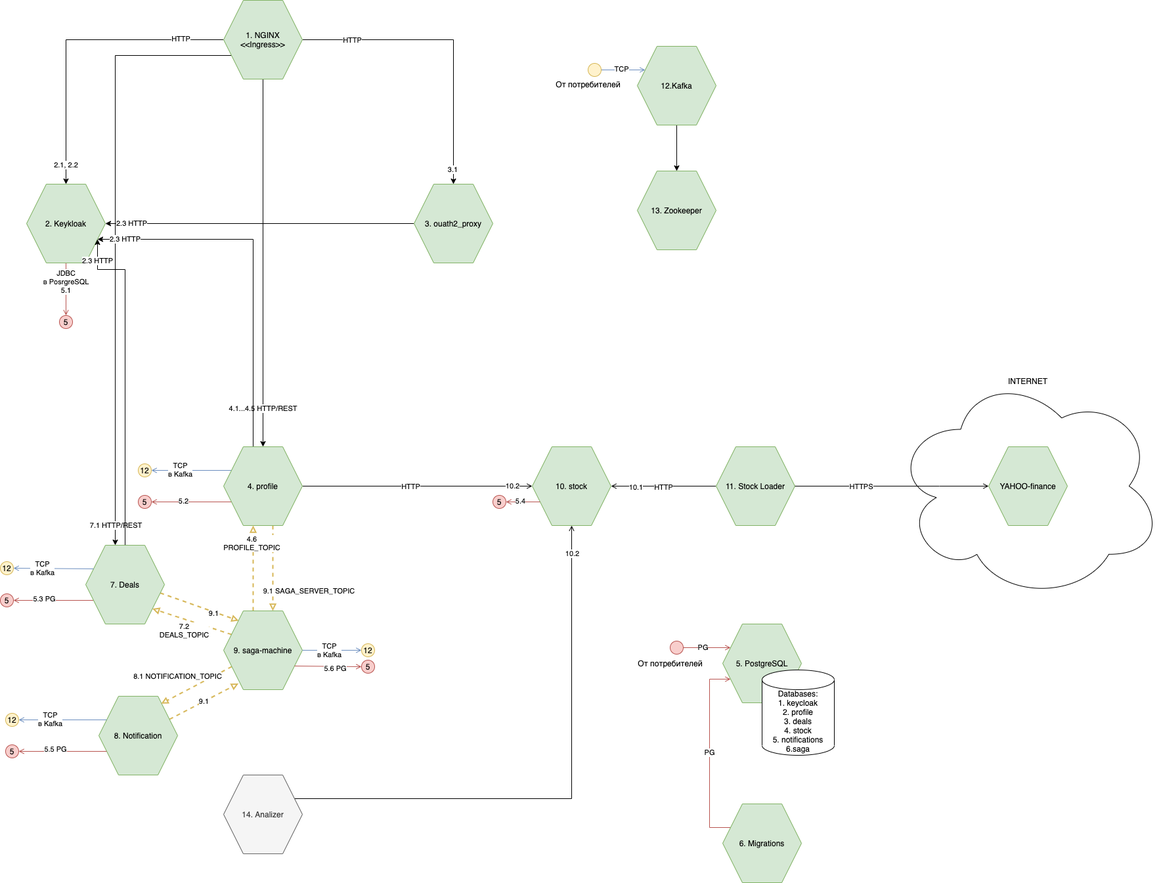
Before: otus2.15/images/SAGA.png, a diagram exported from draw.io (WWTLF/otus). Source tidied: cells renumbered, new cells last; positions are measured from the earlier drawing's top-left corner, leaving out a move shared by most shapes.
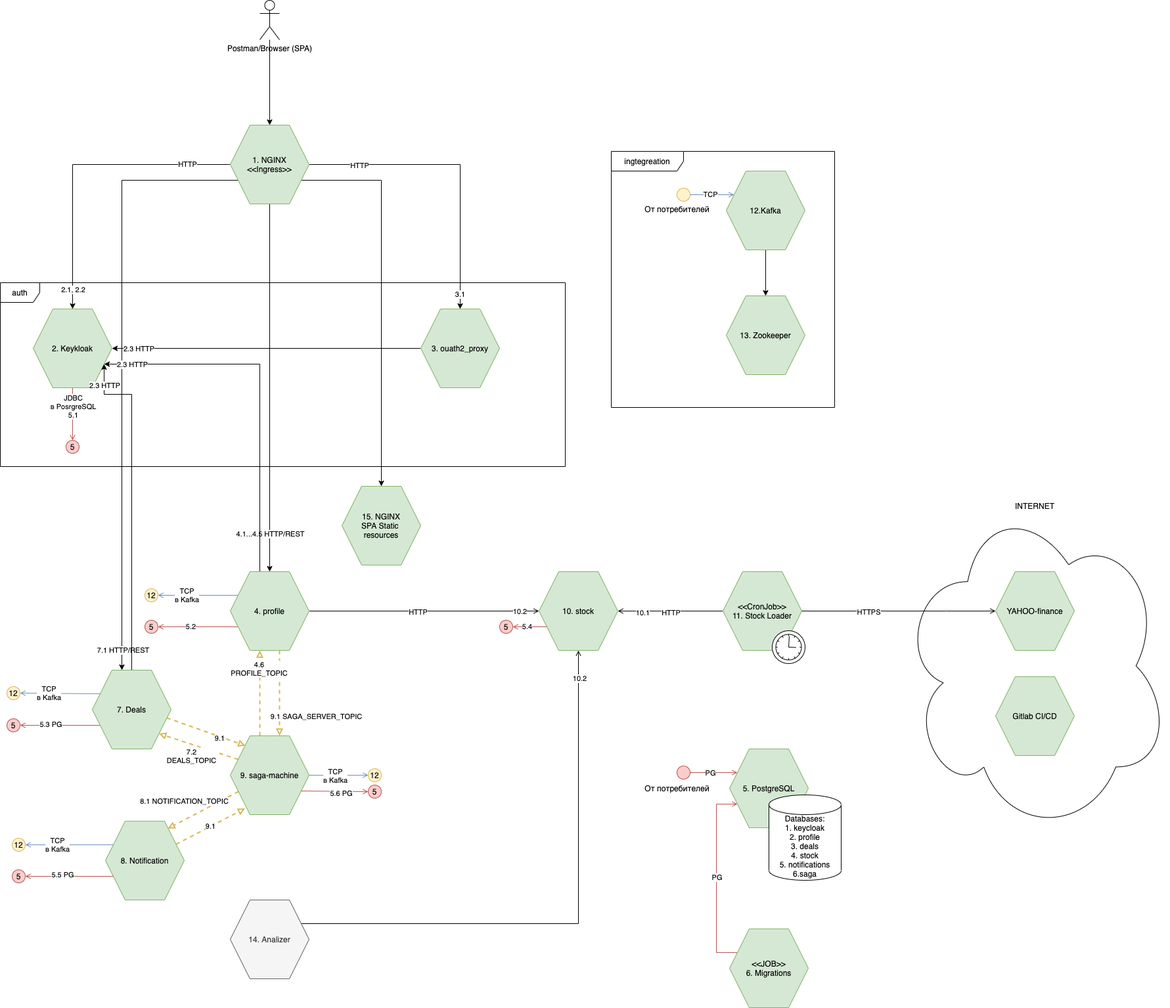
The same diagram one commit later.

What changed in the source:
```diff
@@ -42,6 +42,9 @@
         <mxPoint y="176.3" as="offset" />
       </mxGeometry>
     </mxCell>
+    <mxCell id="96" style="edgeStyle=orthogonalEdgeStyle;rounded=0;jettySize=auto;html=1;exitX=1;exitY=0.75;exitDx=0;exitDy=0;" parent="1" edge="1" source="12" target="99">
+      <mxGeometry relative="1" as="geometry" />
+    </mxCell>
     <mxCell id="12" value="1. NGINX&lt;br&gt;&amp;lt;&amp;lt;Ingress&amp;gt;&amp;gt;" style="shape=hexagon;perimeter=hexagonPerimeter2;whiteSpace=wrap;html=1;fixedSize=1;size=30;fillColor=#d5e8d4;strokeColor=#82b366;" parent="1" vertex="1">
       <mxGeometry x="340" width="120" height="120" as="geometry" />
     </mxCell>
@@ -158,7 +161,7 @@
     <mxCell id="41" value="PG" style="edgeLabel;html=1;align=center;verticalAlign=middle;" parent="40" vertex="1">
       <mxGeometry x="0.01" relative="1" as="geometry" />
     </mxCell>
-    <mxCell id="42" value="6. Migrations" style="shape=hexagon;perimeter=hexagonPerimeter2;whiteSpace=wrap;html=1;fixedSize=1;size=30;fillColor=#d5e8d4;strokeColor=#82b366;" parent="1" vertex="1">
+    <mxCell id="42" value="&amp;lt;&amp;lt;JOB&amp;gt;&amp;gt;&lt;br&gt;6. Migrations" style="shape=hexagon;perimeter=hexagonPerimeter2;whiteSpace=wrap;html=1;fixedSize=1;size=30;fillColor=#d5e8d4;strokeColor=#82b366;" parent="1" vertex="1">
       <mxGeometry x="1100" y="1224" width="120" height="120" as="geometry" />
     </mxCell>
     <mxCell id="43" value="9.1" style="edgeStyle=none;rounded=0;jettySize=auto;html=1;dashed=1;endArrow=block;endFill=0;strokeWidth=2;entryX=0.188;entryY=0.922;entryDx=0;entryDy=0;entryPerimeter=0;fillColor=#fff2cc;strokeColor=#d6b656;" parent="1" edge="1" source="44" target="54">
@@ -176,7 +179,7 @@
     <mxCell id="47" value="HTTP" style="edgeLabel;html=1;align=center;verticalAlign=middle;" parent="45" vertex="1">
       <mxGeometry y="2" relative="1" as="geometry" />
     </mxCell>
-    <mxCell id="48" value="11. Stock Loader" style="shape=hexagon;perimeter=hexagonPerimeter2;whiteSpace=wrap;html=1;fixedSize=1;size=30;fillColor=#d5e8d4;strokeColor=#82b366;" parent="1" vertex="1">
+    <mxCell id="48" value="&amp;lt;&amp;lt;CronJob&amp;gt;&amp;gt;&lt;br&gt;11. Stock Loader" style="shape=hexagon;perimeter=hexagonPerimeter2;whiteSpace=wrap;html=1;fixedSize=1;size=30;fillColor=#d5e8d4;strokeColor=#82b366;" parent="1" vertex="1">
       <mxGeometry x="1090" y="680" width="120" height="120" as="geometry" />
     </mxCell>
     <mxCell id="49" style="edgeStyle=orthogonalEdgeStyle;rounded=0;jettySize=auto;html=1;exitX=0.375;exitY=0;exitDx=0;exitDy=0;entryX=0.375;entryY=1;entryDx=0;entryDy=0;fillColor=#fff2cc;strokeColor=#d6b656;endArrow=block;endFill=0;strokeWidth=2;dashed=1;" parent="1" edge="1" source="54" target="30">
@@ -203,10 +206,10 @@
       <mxGeometry relative="1" as="geometry" />
     </mxCell>
     <mxCell id="56" value="12.Kafka" style="shape=hexagon;perimeter=hexagonPerimeter2;whiteSpace=wrap;html=1;fixedSize=1;size=30;fillColor=#d5e8d4;strokeColor=#82b366;" parent="1" vertex="1">
-      <mxGeometry x="970" y="70" width="120" height="120" as="geometry" />
+      <mxGeometry x="1095" y="70" width="120" height="120" as="geometry" />
     </mxCell>
     <mxCell id="57" value="13. Zookeeper" style="shape=hexagon;perimeter=hexagonPerimeter2;whiteSpace=wrap;html=1;fixedSize=1;size=30;fillColor=#d5e8d4;strokeColor=#82b366;" parent="1" vertex="1">
-      <mxGeometry x="970" y="260" width="120" height="120" as="geometry" />
+      <mxGeometry x="1095" y="260" width="120" height="120" as="geometry" />
     </mxCell>
     <mxCell id="58" value="10. stock" style="shape=hexagon;perimeter=hexagonPerimeter2;whiteSpace=wrap;html=1;fixedSize=1;size=30;fillColor=#d5e8d4;strokeColor=#82b366;" parent="1" vertex="1">
       <mxGeometry x="810" y="680" width="120" height="120" as="geometry" />
@@ -281,10 +284,10 @@
       </mxGeometry>
     </mxCell>
     <mxCell id="80" style="ellipse;whiteSpace=wrap;html=1;fillColor=#fff2cc;strokeColor=#d6b656;" parent="1" vertex="1">
-      <mxGeometry x="895" y="96" width="20" height="20" as="geometry" />
+      <mxGeometry x="1020" y="96" width="20" height="20" as="geometry" />
     </mxCell>
     <mxCell id="81" value="От потребителей" style="text;html=1;align=center;verticalAlign=middle;" parent="1" vertex="1">
-      <mxGeometry x="840" y="118" width="110" height="20" as="geometry" />
+      <mxGeometry x="965" y="118" width="110" height="20" as="geometry" />
     </mxCell>
     <mxCell id="82" value="5" style="ellipse;whiteSpace=wrap;html=1;fillColor=#f8cecc;strokeColor=#b85450;" parent="1" vertex="1">
       <mxGeometry y="904" width="20" height="20" as="geometry" />
@@ -301,7 +304,7 @@
       <mxGeometry x="8" y="1134" width="20" height="20" as="geometry" />
     </mxCell>
     <mxCell id="86" value="INTERNET" style="ellipse;shape=cloud;whiteSpace=wrap;html=1;verticalAlign=top;" parent="1" vertex="1">
-      <mxGeometry x="1360" y="567" width="410" height="346" as="geometry" />
+      <mxGeometry x="1360" y="567" width="410" height="513" as="geometry" />
     </mxCell>
     <mxCell id="87" value="YAHOO-finance" style="shape=hexagon;perimeter=hexagonPerimeter2;whiteSpace=wrap;html=1;fixedSize=1;size=30;fillColor=#d5e8d4;strokeColor=#82b366;" parent="1" vertex="1">
       <mxGeometry x="1505" y="680" width="120" height="120" as="geometry" />
@@ -339,5 +342,26 @@
     <mxCell id="95" value="5" style="ellipse;whiteSpace=wrap;html=1;fillColor=#f8cecc;strokeColor=#b85450;" parent="1" vertex="1">
       <mxGeometry x="550" y="1005" width="20" height="20" as="geometry" />
     </mxCell>
+    <mxCell id="97" style="edgeStyle=orthogonalEdgeStyle;rounded=0;jettySize=auto;html=1;" parent="1" edge="1" source="98" target="12">
+      <mxGeometry relative="1" as="geometry" />
+    </mxCell>
+    <mxCell id="98" value="Postman/Browser (SPA)" style="shape=umlActor;verticalLabelPosition=bottom;verticalAlign=top;html=1;outlineConnect=0;" parent="1" vertex="1">
+      <mxGeometry x="385" y="-190" width="30" height="60" as="geometry" />
+    </mxCell>
+    <mxCell id="99" value="15. NGINX&lt;br&gt;SPA Static &lt;br&gt;resources" style="shape=hexagon;perimeter=hexagonPerimeter2;whiteSpace=wrap;html=1;fixedSize=1;size=30;fillColor=#d5e8d4;strokeColor=#82b366;" parent="1" vertex="1">
+      <mxGeometry x="510" y="550" width="120" height="120" as="geometry" />
+    </mxCell>
+    <mxCell id="100" value="auth" style="shape=umlFrame;whiteSpace=wrap;html=1;" parent="1" vertex="1">
+      <mxGeometry x="-10" y="240" width="860" height="280" as="geometry" />
+    </mxCell>
+    <mxCell id="101" value="ingtegreation" style="shape=umlFrame;whiteSpace=wrap;html=1;width=110;height=30;" parent="1" vertex="1">
+      <mxGeometry x="920" y="40" width="340" height="390" as="geometry" />
+    </mxCell>
+    <mxCell id="102" style="shape=mxgraph.bpmn.shape;html=1;verticalLabelPosition=bottom;labelBackgroundColor=#ffffff;verticalAlign=top;align=center;perimeter=ellipsePerimeter;outline=standard;symbol=timer;" parent="1" vertex="1">
+      <mxGeometry x="1165" y="770" width="50" height="50" as="geometry" />
+    </mxCell>
+    <mxCell id="103" value="Gitlab CI/CD" style="shape=hexagon;perimeter=hexagonPerimeter2;whiteSpace=wrap;html=1;fixedSize=1;size=30;fillColor=#d5e8d4;strokeColor=#82b366;" parent="1" vertex="1">
+      <mxGeometry x="1505" y="840" width="120" height="120" as="geometry" />
+    </mxCell>
   </root>
 </mxGraphModel>
```
